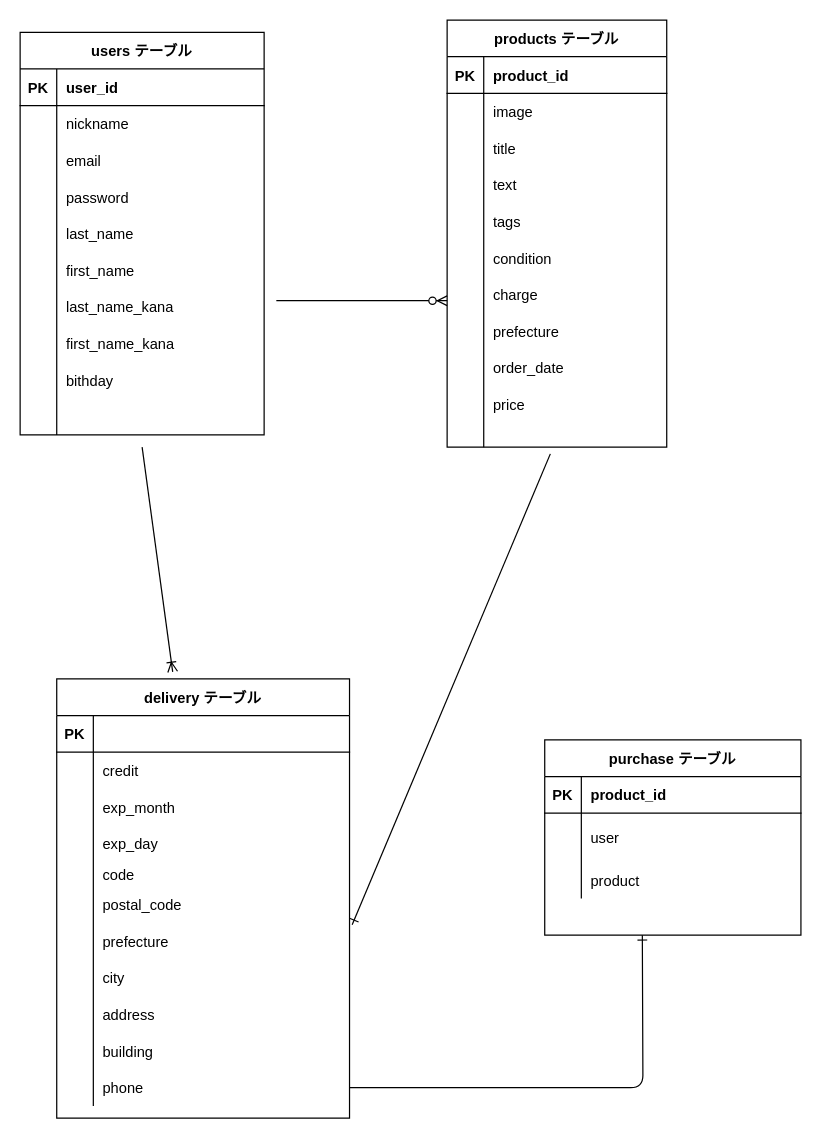
Earlier version of the draw.io diagram furima.dio (Maririn1223/furima_34352). Source tidied: cells renumbered, new cells numbered last; positions are measured from the earlier drawing's top-left corner, leaving out a move shared by most shapes. Both pictures are drawn from the tidied source at 122%, with x=0, y=0 at pixel (20, 20).
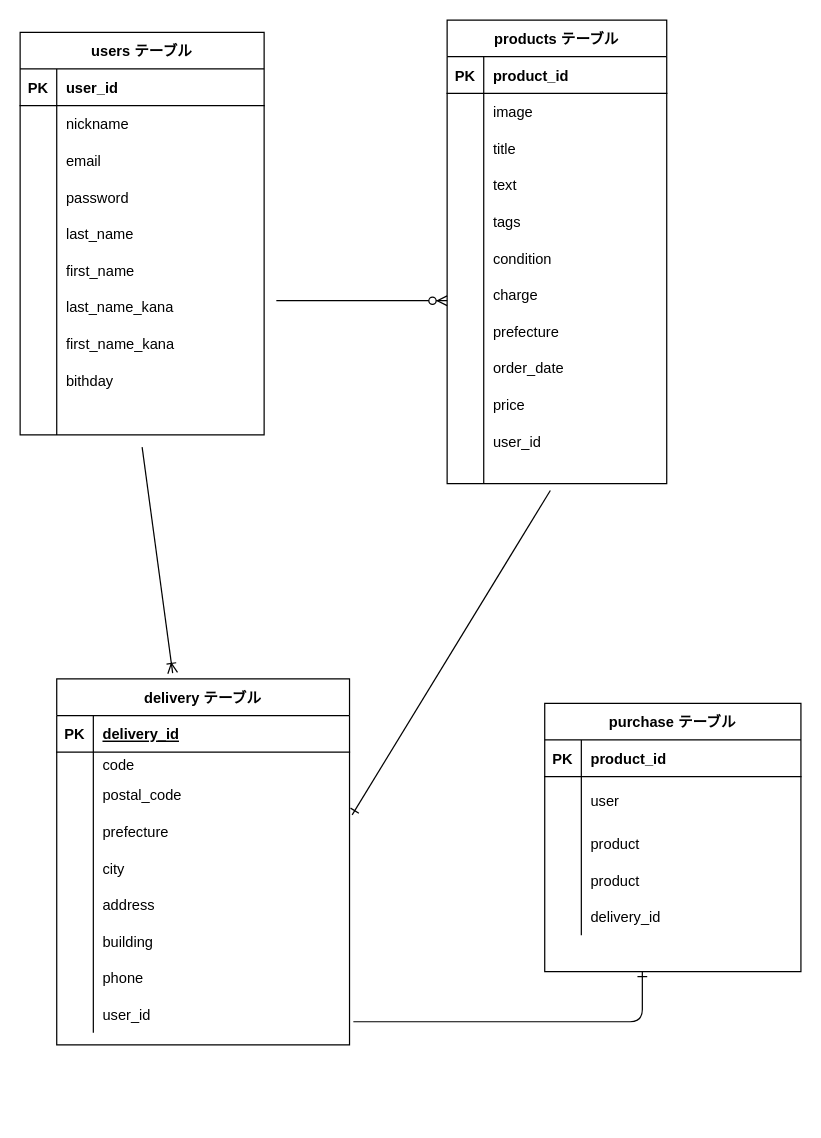
Above is the later version.

Commit message (it also covers changes not shown here):
カラム・アソシエーションの修正

The change refers to these unchanged cells:
```xml
<mxCell id="68" style="shape=partialRectangle;fillColor=none;top=0;left=0;bottom=1;right=0;" parent="67" vertex="1">
  <mxGeometry y="30" width="240" height="30" as="geometry" />
</mxCell>
```

The edit, as a diff of the source:
```diff
@@
     <mxCell id="33" value="products テーブル" style="shape=table;startSize=30;childLayout=tableLayout;rowLines=0;fontStyle=1;align=center;" parent="1" vertex="1">
-      <mxGeometry x="350" width="180" height="350" as="geometry" />
+      <mxGeometry x="350" width="180" height="380" as="geometry" />
     </mxCell>
@@
+    <mxCell id="115" style="shape=partialRectangle;fillColor=none;top=0;left=0;bottom=0;right=0;" parent="33" vertex="1">
+      <mxGeometry y="330" width="180" height="30" as="geometry" />
+    </mxCell>
+    <mxCell id="116" style="shape=partialRectangle;fillColor=none;top=0;left=0;bottom=0;right=0;overflow=hidden;" parent="115" vertex="1">
+      <mxGeometry width="30" height="30" as="geometry" />
+    </mxCell>
+    <mxCell id="117" value="user_id" style="shape=partialRectangle;fillColor=none;top=0;left=0;bottom=0;right=0;align=left;spacingLeft=6;overflow=hidden;" parent="115" vertex="1">
+      <mxGeometry x="30" width="150" height="30" as="geometry" />
+    </mxCell>
     <mxCell id="64" style="shape=partialRectangle;fillColor=none;top=0;left=0;bottom=0;right=0;points=[[0,0.5],[1,0.5]];portConstraint=eastwest;" parent="33" vertex="1">
-      <mxGeometry y="330" width="180" height="20" as="geometry" />
+      <mxGeometry y="360" width="180" height="20" as="geometry" />
     </mxCell>
@@
     <mxCell id="67" value="delivery テーブル" style="shape=table;startSize=30;childLayout=tableLayout;rowLines=0;fontStyle=1;align=center;" parent="1" vertex="1">
-      <mxGeometry x="30" y="540" width="240" height="360" as="geometry" />
+      <mxGeometry x="30" y="540" width="240" height="300" as="geometry" />
     </mxCell>
@@
-    <mxCell id="70" style="shape=partialRectangle;fillColor=none;top=0;left=0;bottom=0;right=0;align=left;spacingLeft=6;fontStyle=5;overflow=hidden;" parent="68" vertex="1">
+    <mxCell id="70" value="delivery_id" style="shape=partialRectangle;fillColor=none;top=0;left=0;bottom=0;right=0;align=left;spacingLeft=6;fontStyle=5;overflow=hidden;" parent="68" vertex="1">
       <mxGeometry x="30" width="210" height="30" as="geometry" />
     </mxCell>
-    <mxCell id="71" style="shape=partialRectangle;fillColor=none;top=0;left=0;bottom=0;right=0;" parent="67" vertex="1">
-      <mxGeometry y="60" width="240" height="30" as="geometry" />
-    </mxCell>
-    <mxCell id="72" style="shape=partialRectangle;fillColor=none;top=0;left=0;bottom=0;right=0;overflow=hidden;" parent="71" vertex="1">
-      <mxGeometry width="30" height="30" as="geometry" />
-    </mxCell>
-    <mxCell id="73" value="credit" style="shape=partialRectangle;fillColor=none;top=0;left=0;bottom=0;right=0;align=left;spacingLeft=6;overflow=hidden;" parent="71" vertex="1">
-      <mxGeometry x="30" width="210" height="30" as="geometry" />
-    </mxCell>
-    <mxCell id="74" style="shape=partialRectangle;fillColor=none;top=0;left=0;bottom=0;right=0;" parent="67" vertex="1">
-      <mxGeometry y="90" width="240" height="30" as="geometry" />
-    </mxCell>
-    <mxCell id="75" style="shape=partialRectangle;fillColor=none;top=0;left=0;bottom=0;right=0;overflow=hidden;" parent="74" vertex="1">
-      <mxGeometry width="30" height="30" as="geometry" />
-    </mxCell>
-    <mxCell id="76" value="exp_month" style="shape=partialRectangle;fillColor=none;top=0;left=0;bottom=0;right=0;align=left;spacingLeft=6;overflow=hidden;" parent="74" vertex="1">
-      <mxGeometry x="30" width="210" height="30" as="geometry" />
-    </mxCell>
-    <mxCell id="77" style="shape=partialRectangle;fillColor=none;top=0;left=0;bottom=0;right=0;" parent="67" vertex="1">
-      <mxGeometry y="120" width="240" height="30" as="geometry" />
-    </mxCell>
-    <mxCell id="78" style="shape=partialRectangle;fillColor=none;top=0;left=0;bottom=0;right=0;overflow=hidden;" parent="77" vertex="1">
-      <mxGeometry width="30" height="30" as="geometry" />
-    </mxCell>
-    <mxCell id="79" value="exp_day" style="shape=partialRectangle;fillColor=none;top=0;left=0;bottom=0;right=0;align=left;spacingLeft=6;overflow=hidden;" parent="77" vertex="1">
-      <mxGeometry x="30" width="210" height="30" as="geometry" />
-    </mxCell>
     <mxCell id="80" style="shape=partialRectangle;fillColor=none;top=0;left=0;bottom=0;right=0;" parent="67" vertex="1">
-      <mxGeometry y="150" width="240" height="20" as="geometry" />
+      <mxGeometry y="60" width="240" height="20" as="geometry" />
     </mxCell>
@@
     <mxCell id="83" style="shape=partialRectangle;fillColor=none;top=0;left=0;bottom=0;right=0;" parent="67" vertex="1">
-      <mxGeometry y="170" width="240" height="30" as="geometry" />
+      <mxGeometry y="80" width="240" height="30" as="geometry" />
     </mxCell>
@@
     <mxCell id="86" style="shape=partialRectangle;fillColor=none;top=0;left=0;bottom=0;right=0;points=[[0,0.5],[1,0.5]];portConstraint=eastwest;" parent="67" vertex="1">
-      <mxGeometry y="200" width="240" height="30" as="geometry" />
+      <mxGeometry y="110" width="240" height="30" as="geometry" />
     </mxCell>
@@
     <mxCell id="89" style="shape=partialRectangle;fillColor=none;top=0;left=0;bottom=0;right=0;" parent="67" vertex="1">
-      <mxGeometry y="230" width="240" height="30" as="geometry" />
+      <mxGeometry y="140" width="240" height="30" as="geometry" />
     </mxCell>
@@
     <mxCell id="92" style="shape=partialRectangle;fillColor=none;top=0;left=0;bottom=0;right=0;" parent="67" vertex="1">
-      <mxGeometry y="260" width="240" height="30" as="geometry" />
+      <mxGeometry y="170" width="240" height="30" as="geometry" />
     </mxCell>
@@
     <mxCell id="95" style="shape=partialRectangle;fillColor=none;top=0;left=0;bottom=0;right=0;" parent="67" vertex="1">
-      <mxGeometry y="290" width="240" height="30" as="geometry" />
+      <mxGeometry y="200" width="240" height="30" as="geometry" />
     </mxCell>
@@
     <mxCell id="98" style="shape=partialRectangle;fillColor=none;top=0;left=0;bottom=0;right=0;points=[[0,0.5],[1,0.5]];portConstraint=eastwest;" parent="67" vertex="1">
-      <mxGeometry y="320" width="240" height="30" as="geometry" />
+      <mxGeometry y="230" width="240" height="30" as="geometry" />
     </mxCell>
@@
+    <mxCell id="118" style="shape=partialRectangle;fillColor=none;top=0;left=0;bottom=0;right=0;points=[[0,0.5],[1,0.5]];portConstraint=eastwest;" parent="67" vertex="1">
+      <mxGeometry y="260" width="240" height="30" as="geometry" />
+    </mxCell>
+    <mxCell id="119" style="shape=partialRectangle;fillColor=none;top=0;left=0;bottom=0;right=0;overflow=hidden;" parent="118" vertex="1">
+      <mxGeometry width="30" height="30" as="geometry" />
+    </mxCell>
+    <mxCell id="120" value="user_id" style="shape=partialRectangle;fillColor=none;top=0;left=0;bottom=0;right=0;align=left;spacingLeft=6;overflow=hidden;" parent="118" vertex="1">
+      <mxGeometry x="30" width="210" height="30" as="geometry" />
+    </mxCell>
@@
     <mxCell id="102" value="purchase テーブル" style="shape=table;startSize=30;childLayout=tableLayout;rowLines=0;fontStyle=1;align=center;" parent="1" vertex="1">
-      <mxGeometry x="430" y="590" width="210" height="160" as="geometry" />
+      <mxGeometry x="430" y="560" width="210" height="220" as="geometry" />
     </mxCell>
@@
+    <mxCell id="121" style="shape=partialRectangle;fillColor=none;top=0;left=0;bottom=0;right=0;" parent="102" vertex="1">
+      <mxGeometry y="130" width="210" height="30" as="geometry" />
+    </mxCell>
+    <mxCell id="122" style="shape=partialRectangle;fillColor=none;top=0;left=0;bottom=0;right=0;overflow=hidden;" parent="121" vertex="1">
+      <mxGeometry width="30" height="30" as="geometry" />
+    </mxCell>
+    <mxCell id="123" value="product" style="shape=partialRectangle;fillColor=none;top=0;left=0;bottom=0;right=0;align=left;spacingLeft=6;overflow=hidden;" parent="121" vertex="1">
+      <mxGeometry x="30" width="180" height="30" as="geometry" />
+    </mxCell>
+    <mxCell id="124" style="shape=partialRectangle;fillColor=none;top=0;left=0;bottom=0;right=0;" parent="102" vertex="1">
+      <mxGeometry y="160" width="210" height="30" as="geometry" />
+    </mxCell>
+    <mxCell id="125" style="shape=partialRectangle;fillColor=none;top=0;left=0;bottom=0;right=0;overflow=hidden;" parent="124" vertex="1">
+      <mxGeometry width="30" height="30" as="geometry" />
+    </mxCell>
+    <mxCell id="126" value="delivery_id" style="shape=partialRectangle;fillColor=none;top=0;left=0;bottom=0;right=0;align=left;spacingLeft=6;overflow=hidden;" parent="124" vertex="1">
+      <mxGeometry x="30" width="180" height="30" as="geometry" />
+    </mxCell>
@@
-    <mxCell id="113" style="fontSize=12;html=1;endArrow=ERone;endFill=1;exitX=1;exitY=0.5;exitDx=0;exitDy=0;edgeStyle=orthogonalEdgeStyle;" parent="1" edge="1" source="98">
+    <mxCell id="113" style="fontSize=12;html=1;endArrow=ERone;endFill=1;exitX=1.013;exitY=0.7;exitDx=0;exitDy=0;edgeStyle=orthogonalEdgeStyle;exitPerimeter=0;" parent="1" edge="1" source="118">
       <mxGeometry relative="1" as="geometry">
-        <mxPoint x="510" y="750" as="targetPoint" />
+        <mxPoint x="510" y="780" as="targetPoint" />
+        <Array as="points">
+          <mxPoint x="510" y="821" />
+        </Array>
       </mxGeometry>
     </mxCell>
```
